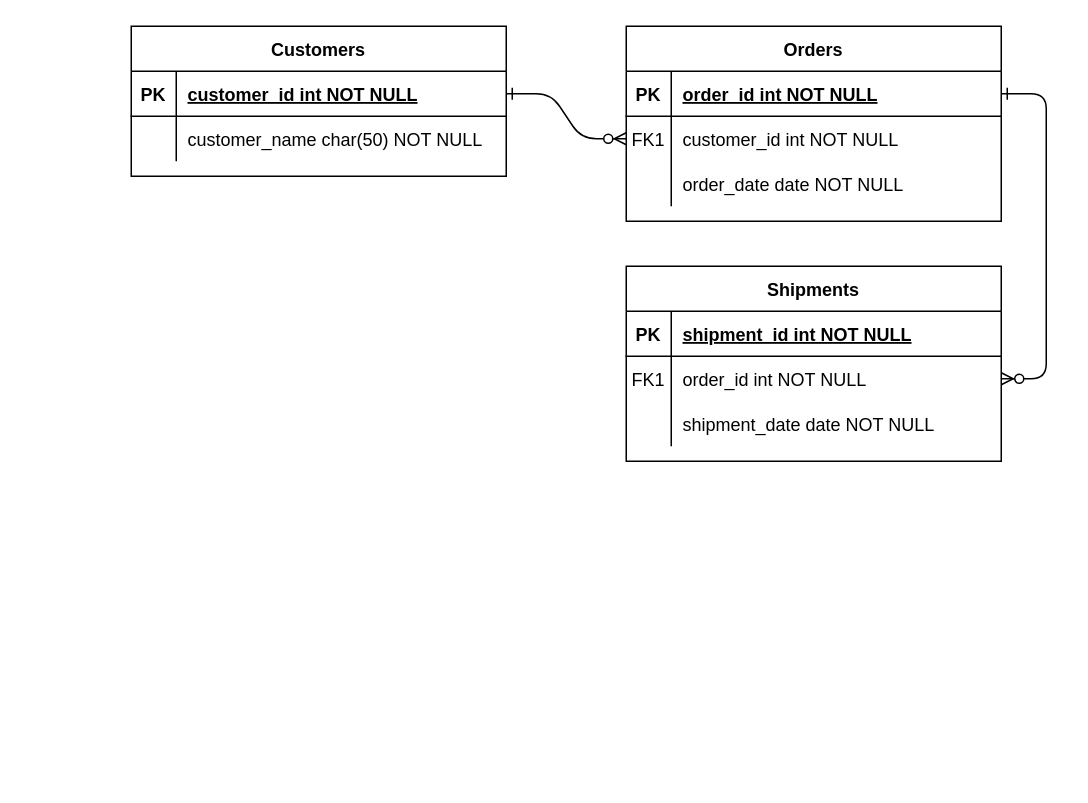
tung23102000/test-ssh keeps this draw.io diagram as Biểu đồ không có tiêu đề.drawio. Above is the earlier version. Source tidied: cells renumbered, new cells numbered last; positions are measured from the earlier drawing's top-left corner, leaving out a move shared by most shapes. Both pictures are drawn from the tidied source at 150%, with x=0, y=0 at pixel (130, 26).
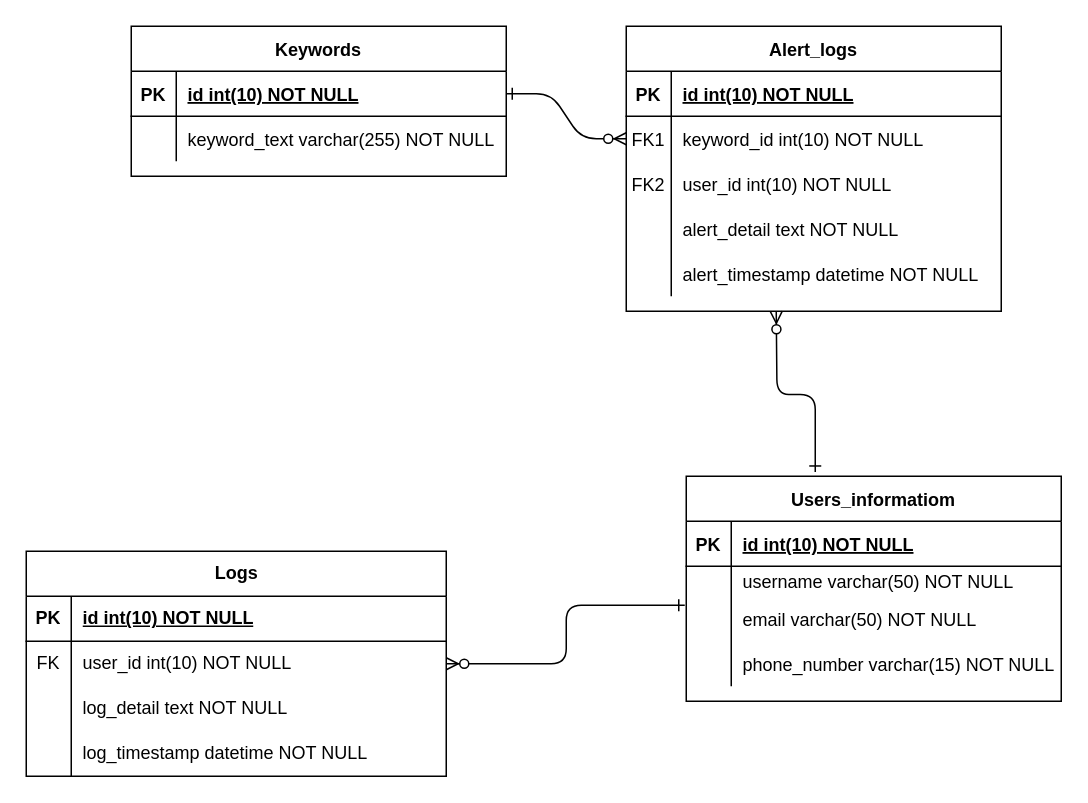
The same diagram, later.

The change refers to these unchanged cells:
```xml
<mxCell id="5" style="shape=partialRectangle;fillColor=none;points=[[0,0.5],[1,0.5]];portConstraint=eastwest;top=0;left=0;right=0;bottom=1;" parent="4" vertex="1">
  <mxGeometry y="30" width="250" height="30" as="geometry" />
</mxCell>
<mxCell id="8" style="shape=partialRectangle;fillColor=none;points=[[0,0.5],[1,0.5]];portConstraint=eastwest;top=0;left=0;right=0;bottom=0;" parent="4" vertex="1">
  <mxGeometry y="60" width="250" height="30" as="geometry" />
</mxCell>
<mxCell id="11" style="shape=partialRectangle;fillColor=none;top=0;left=0;right=0;bottom=0;" parent="4" vertex="1">
  <mxGeometry y="90" width="250" height="30" as="geometry" />
</mxCell>
<mxCell id="15" style="shape=partialRectangle;fillColor=none;top=0;left=0;right=0;bottom=1;" parent="14" vertex="1">
  <mxGeometry y="30" width="250" height="30" as="geometry" />
</mxCell>
<mxCell id="25" style="shape=partialRectangle;fillColor=none;points=[[0,0.5],[1,0.5]];portConstraint=eastwest;top=0;left=0;right=0;bottom=1;" parent="24" vertex="1">
  <mxGeometry y="30" width="250" height="30" as="geometry" />
</mxCell>
<mxCell id="28" style="shape=partialRectangle;fillColor=none;top=0;left=0;right=0;bottom=0;" parent="24" vertex="1">
  <mxGeometry y="60" width="250" height="30" as="geometry" />
</mxCell>
```

The edit, as a diff of the source:
```diff
@@
-    <mxCell id="3" style="edgeStyle=entityRelationEdgeStyle;endArrow=ERzeroToMany;startArrow=ERone;endFill=1;startFill=0;" parent="1" edge="1" source="5" target="18">
-      <mxGeometry relative="1" as="geometry" />
-    </mxCell>
-    <mxCell id="4" value="Orders" style="shape=table;startSize=30;childLayout=tableLayout;rowLines=0;fontStyle=1;align=center;" parent="1" vertex="1">
-      <mxGeometry x="330" width="250" height="130" as="geometry" />
+    <mxCell id="4" value="Alert_logs" style="shape=table;startSize=30;childLayout=tableLayout;rowLines=0;fontStyle=1;align=center;" parent="1" vertex="1">
+      <mxGeometry x="330" width="250" height="190" as="geometry" />
     </mxCell>
@@
-    <mxCell id="7" value="order_id int NOT NULL " style="shape=partialRectangle;overflow=hidden;fillColor=none;top=0;left=0;bottom=0;right=0;align=left;spacingLeft=6;fontStyle=5;" parent="5" vertex="1">
+    <mxCell id="7" value="id int(10) NOT NULL " style="shape=partialRectangle;overflow=hidden;fillColor=none;top=0;left=0;bottom=0;right=0;align=left;spacingLeft=6;fontStyle=5;" parent="5" vertex="1">
       <mxGeometry x="30" width="220" height="30" as="geometry" />
     </mxCell>
@@
-    <mxCell id="10" value="customer_id int NOT NULL" style="shape=partialRectangle;overflow=hidden;fillColor=none;top=0;left=0;bottom=0;right=0;align=left;spacingLeft=6;" parent="8" vertex="1">
+    <mxCell id="10" value="keyword_id int(10) NOT NULL" style="shape=partialRectangle;overflow=hidden;fillColor=none;top=0;left=0;bottom=0;right=0;align=left;spacingLeft=6;" parent="8" vertex="1">
       <mxGeometry x="30" width="220" height="30" as="geometry" />
     </mxCell>
@@
-    <mxCell id="12" style="shape=partialRectangle;overflow=hidden;fillColor=none;top=0;left=0;bottom=0;right=0;" parent="11" vertex="1">
+    <mxCell id="12" value="FK2" style="shape=partialRectangle;overflow=hidden;fillColor=none;top=0;left=0;bottom=0;right=0;" parent="11" vertex="1">
       <mxGeometry width="30" height="30" as="geometry" />
     </mxCell>
-    <mxCell id="13" value="order_date date NOT NULL" style="shape=partialRectangle;overflow=hidden;fillColor=none;top=0;left=0;bottom=0;right=0;align=left;spacingLeft=6;" parent="11" vertex="1">
+    <mxCell id="13" value="user_id int(10) NOT NULL" style="shape=partialRectangle;overflow=hidden;fillColor=none;top=0;left=0;bottom=0;right=0;align=left;spacingLeft=6;" parent="11" vertex="1">
       <mxGeometry x="30" width="220" height="30" as="geometry" />
     </mxCell>
+    <mxCell id="31" style="shape=tableRow;horizontal=0;startSize=0;swimlaneHead=0;swimlaneBody=0;fillColor=none;top=0;left=0;right=0;bottom=0;" parent="4" vertex="1">
+      <mxGeometry y="120" width="250" height="30" as="geometry" />
+    </mxCell>
+    <mxCell id="32" style="shape=partialRectangle;fillColor=none;top=0;left=0;bottom=0;right=0;overflow=hidden;" parent="31" vertex="1">
+      <mxGeometry width="30" height="30" as="geometry" />
+    </mxCell>
+    <mxCell id="33" value="alert_detail text NOT NULL" style="shape=partialRectangle;fillColor=none;top=0;left=0;bottom=0;right=0;align=left;spacingLeft=6;overflow=hidden;" parent="31" vertex="1">
+      <mxGeometry x="30" width="220" height="30" as="geometry" />
+    </mxCell>
+    <mxCell id="34" style="shape=tableRow;horizontal=0;startSize=0;swimlaneHead=0;swimlaneBody=0;fillColor=none;top=0;left=0;right=0;bottom=0;" parent="4" vertex="1">
+      <mxGeometry y="150" width="250" height="30" as="geometry" />
+    </mxCell>
+    <mxCell id="35" style="shape=partialRectangle;fillColor=none;top=0;left=0;bottom=0;right=0;overflow=hidden;" parent="34" vertex="1">
+      <mxGeometry width="30" height="30" as="geometry" />
+    </mxCell>
+    <mxCell id="36" value="alert_timestamp datetime NOT NULL" style="shape=partialRectangle;fillColor=none;top=0;left=0;bottom=0;right=0;align=left;spacingLeft=6;overflow=hidden;" parent="34" vertex="1">
+      <mxGeometry x="30" width="220" height="30" as="geometry" />
+    </mxCell>
-    <mxCell id="14" value="Shipments" style="shape=table;startSize=30;childLayout=tableLayout;rowLines=0;fontStyle=1;align=center;" parent="1" vertex="1">
-      <mxGeometry x="330" y="160" width="250" height="130" as="geometry" />
+    <mxCell id="14" value="Users_informatiom" style="shape=table;startSize=30;childLayout=tableLayout;rowLines=0;fontStyle=1;align=center;" parent="1" vertex="1">
+      <mxGeometry x="370" y="300" width="250" height="150" as="geometry" />
     </mxCell>
@@
-    <mxCell id="17" value="shipment_id int NOT NULL " style="shape=partialRectangle;overflow=hidden;fillColor=none;top=0;left=0;bottom=0;right=0;align=left;spacingLeft=6;fontStyle=5;" parent="15" vertex="1">
+    <mxCell id="17" value="id int(10) NOT NULL " style="shape=partialRectangle;overflow=hidden;fillColor=none;top=0;left=0;bottom=0;right=0;align=left;spacingLeft=6;fontStyle=5;" parent="15" vertex="1">
       <mxGeometry x="30" width="220" height="30" as="geometry" />
     </mxCell>
     <mxCell id="18" style="shape=partialRectangle;fillColor=none;points=[[0,0.5],[1,0.5]];portConstraint=eastwest;top=0;left=0;right=0;bottom=0;" parent="14" vertex="1">
-      <mxGeometry y="60" width="250" height="30" as="geometry" />
+      <mxGeometry y="60" width="250" height="20" as="geometry" />
     </mxCell>
-    <mxCell id="19" value="FK1" style="shape=partialRectangle;overflow=hidden;fillColor=none;top=0;left=0;bottom=0;right=0;" parent="18" vertex="1">
-      <mxGeometry width="30" height="30" as="geometry" />
+    <mxCell id="19" style="shape=partialRectangle;overflow=hidden;fillColor=none;top=0;left=0;bottom=0;right=0;" parent="18" vertex="1">
+      <mxGeometry width="30" height="20" as="geometry" />
     </mxCell>
-    <mxCell id="20" value="order_id int NOT NULL" style="shape=partialRectangle;overflow=hidden;fillColor=none;top=0;left=0;bottom=0;right=0;align=left;spacingLeft=6;" parent="18" vertex="1">
-      <mxGeometry x="30" width="220" height="30" as="geometry" />
+    <mxCell id="20" value="username varchar(50) NOT NULL" style="shape=partialRectangle;overflow=hidden;fillColor=none;top=0;left=0;bottom=0;right=0;align=left;spacingLeft=6;" parent="18" vertex="1">
+      <mxGeometry x="30" width="220" height="20" as="geometry" />
     </mxCell>
     <mxCell id="21" style="shape=partialRectangle;fillColor=none;points=[[0,0.5],[1,0.5]];portConstraint=eastwest;top=0;left=0;right=0;bottom=0;" parent="14" vertex="1">
-      <mxGeometry y="90" width="250" height="30" as="geometry" />
+      <mxGeometry y="80" width="250" height="30" as="geometry" />
     </mxCell>
@@
-    <mxCell id="23" value="shipment_date date NOT NULL" style="shape=partialRectangle;overflow=hidden;fillColor=none;top=0;left=0;bottom=0;right=0;align=left;spacingLeft=6;" parent="21" vertex="1">
+    <mxCell id="23" value="email varchar(50) NOT NULL" style="shape=partialRectangle;overflow=hidden;fillColor=none;top=0;left=0;bottom=0;right=0;align=left;spacingLeft=6;" parent="21" vertex="1">
       <mxGeometry x="30" width="220" height="30" as="geometry" />
     </mxCell>
+    <mxCell id="37" style="shape=partialRectangle;fillColor=none;top=0;left=0;right=0;bottom=0;" parent="14" vertex="1">
+      <mxGeometry y="110" width="250" height="30" as="geometry" />
+    </mxCell>
+    <mxCell id="38" style="shape=partialRectangle;overflow=hidden;fillColor=none;top=0;left=0;bottom=0;right=0;" parent="37" vertex="1">
+      <mxGeometry width="30" height="30" as="geometry" />
+    </mxCell>
+    <mxCell id="39" value="phone_number varchar(15) NOT NULL" style="shape=partialRectangle;overflow=hidden;fillColor=none;top=0;left=0;bottom=0;right=0;align=left;spacingLeft=6;" parent="37" vertex="1">
+      <mxGeometry x="30" width="220" height="30" as="geometry" />
+    </mxCell>
-    <mxCell id="24" value="Customers" style="shape=table;startSize=30;childLayout=tableLayout;rowLines=0;fontStyle=1;align=center;" parent="1" vertex="1">
+    <mxCell id="24" value="Keywords" style="shape=table;startSize=30;childLayout=tableLayout;rowLines=0;fontStyle=1;align=center;" parent="1" vertex="1">
       <mxGeometry width="250" height="100" as="geometry" />
     </mxCell>
@@
-    <mxCell id="27" value="customer_id int NOT NULL " style="shape=partialRectangle;overflow=hidden;fillColor=none;top=0;left=0;bottom=0;right=0;align=left;spacingLeft=6;fontStyle=5;" parent="25" vertex="1">
+    <mxCell id="27" value="id int(10) NOT NULL " style="shape=partialRectangle;overflow=hidden;fillColor=none;top=0;left=0;bottom=0;right=0;align=left;spacingLeft=6;fontStyle=5;" parent="25" vertex="1">
       <mxGeometry x="30" width="220" height="30" as="geometry" />
     </mxCell>
@@
-    <mxCell id="30" value="customer_name char(50) NOT NULL" style="shape=partialRectangle;overflow=hidden;fillColor=none;top=0;left=0;bottom=0;right=0;align=left;spacingLeft=6;" parent="28" vertex="1">
+    <mxCell id="30" value="keyword_text varchar(255) NOT NULL" style="shape=partialRectangle;overflow=hidden;fillColor=none;top=0;left=0;bottom=0;right=0;align=left;spacingLeft=6;" parent="28" vertex="1">
       <mxGeometry x="30" width="220" height="30" as="geometry" />
     </mxCell>
+    <mxCell id="40" value="Logs" style="shape=table;startSize=30;childLayout=tableLayout;rowLines=0;fontStyle=1;align=center;html=1;" parent="1" vertex="1">
+      <mxGeometry x="-70" y="350" width="280" height="150" as="geometry" />
+    </mxCell>
+    <mxCell id="41" style="shape=tableRow;horizontal=0;startSize=0;swimlaneHead=0;swimlaneBody=0;fillColor=none;top=0;left=0;right=0;bottom=1;" parent="40" vertex="1">
+      <mxGeometry y="30" width="280" height="30" as="geometry" />
+    </mxCell>
+    <mxCell id="42" value="PK" style="shape=partialRectangle;fillColor=none;top=0;left=0;bottom=0;right=0;fontStyle=1;overflow=hidden;whiteSpace=wrap;html=1;" parent="41" vertex="1">
+      <mxGeometry width="30" height="30" as="geometry" />
+    </mxCell>
+    <mxCell id="43" value="id&amp;nbsp;int(10) NOT NULL" style="shape=partialRectangle;fillColor=none;top=0;left=0;bottom=0;right=0;align=left;spacingLeft=6;fontStyle=5;overflow=hidden;whiteSpace=wrap;html=1;" parent="41" vertex="1">
+      <mxGeometry x="30" width="250" height="30" as="geometry" />
+    </mxCell>
+    <mxCell id="44" style="shape=tableRow;horizontal=0;startSize=0;swimlaneHead=0;swimlaneBody=0;fillColor=none;points=[[0,0.5],[1,0.5]];portConstraint=eastwest;top=0;left=0;right=0;bottom=0;" parent="40" vertex="1">
+      <mxGeometry y="60" width="280" height="30" as="geometry" />
+    </mxCell>
+    <mxCell id="45" value="FK" style="shape=partialRectangle;fillColor=none;top=0;left=0;bottom=0;right=0;overflow=hidden;whiteSpace=wrap;html=1;" parent="44" vertex="1">
+      <mxGeometry width="30" height="30" as="geometry" />
+    </mxCell>
+    <mxCell id="46" value="user_id int(10) NOT NULL" style="shape=partialRectangle;fillColor=none;top=0;left=0;bottom=0;right=0;align=left;spacingLeft=6;overflow=hidden;whiteSpace=wrap;html=1;" parent="44" vertex="1">
+      <mxGeometry x="30" width="250" height="30" as="geometry" />
+    </mxCell>
+    <mxCell id="47" style="shape=tableRow;horizontal=0;startSize=0;swimlaneHead=0;swimlaneBody=0;fillColor=none;top=0;left=0;right=0;bottom=0;" parent="40" vertex="1">
+      <mxGeometry y="90" width="280" height="30" as="geometry" />
+    </mxCell>
+    <mxCell id="48" style="shape=partialRectangle;fillColor=none;top=0;left=0;bottom=0;right=0;overflow=hidden;whiteSpace=wrap;html=1;" parent="47" vertex="1">
+      <mxGeometry width="30" height="30" as="geometry" />
+    </mxCell>
+    <mxCell id="49" value="log_detail text NOT NULL" style="shape=partialRectangle;fillColor=none;top=0;left=0;bottom=0;right=0;align=left;spacingLeft=6;overflow=hidden;whiteSpace=wrap;html=1;" parent="47" vertex="1">
+      <mxGeometry x="30" width="250" height="30" as="geometry" />
+    </mxCell>
+    <mxCell id="50" style="shape=tableRow;horizontal=0;startSize=0;swimlaneHead=0;swimlaneBody=0;fillColor=none;top=0;left=0;right=0;bottom=0;" parent="40" vertex="1">
+      <mxGeometry y="120" width="280" height="30" as="geometry" />
+    </mxCell>
+    <mxCell id="51" style="shape=partialRectangle;fillColor=none;top=0;left=0;bottom=0;right=0;overflow=hidden;whiteSpace=wrap;html=1;" parent="50" vertex="1">
+      <mxGeometry width="30" height="30" as="geometry" />
+    </mxCell>
+    <mxCell id="52" value="log_timestamp datetime NOT NULL" style="shape=partialRectangle;fillColor=none;top=0;left=0;bottom=0;right=0;align=left;spacingLeft=6;overflow=hidden;whiteSpace=wrap;html=1;" parent="50" vertex="1">
+      <mxGeometry x="30" width="250" height="30" as="geometry" />
+    </mxCell>
+    <mxCell id="53" style="edgeStyle=orthogonalEdgeStyle;endArrow=ERzeroToMany;startArrow=ERone;endFill=1;startFill=0;exitX=0.344;exitY=-0.019;exitDx=0;exitDy=0;exitPerimeter=0;" parent="1" edge="1" source="14">
+      <mxGeometry relative="1" as="geometry">
+        <mxPoint x="430" y="190" as="targetPoint" />
+      </mxGeometry>
+    </mxCell>
+    <mxCell id="54" style="edgeStyle=orthogonalEdgeStyle;endArrow=ERzeroToMany;startArrow=ERone;endFill=1;startFill=0;entryX=1;entryY=0.5;entryDx=0;entryDy=0;exitX=-0.004;exitY=0.2;exitDx=0;exitDy=0;exitPerimeter=0;" parent="1" edge="1" source="21" target="44">
+      <mxGeometry relative="1" as="geometry" />
+    </mxCell>
```
